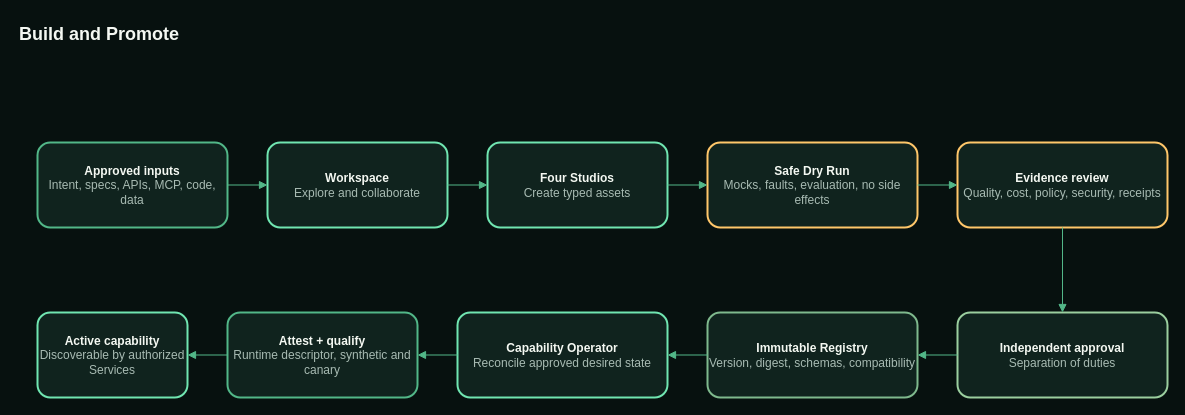
Above: page "Build and Promote" (2 of 4) of diagrams/contextweaver-nextgen-architecture.drawio in brainzbytes/contextweaver-public-site (draw.io), before the change. Source tidied: cells renumbered, new cells numbered last; positions are measured from the earlier drawing's top-left corner, leaving out a move shared by most shapes. Both pictures are drawn from the tidied source at 100%, with x=0, y=0 at pixel (17, 17).
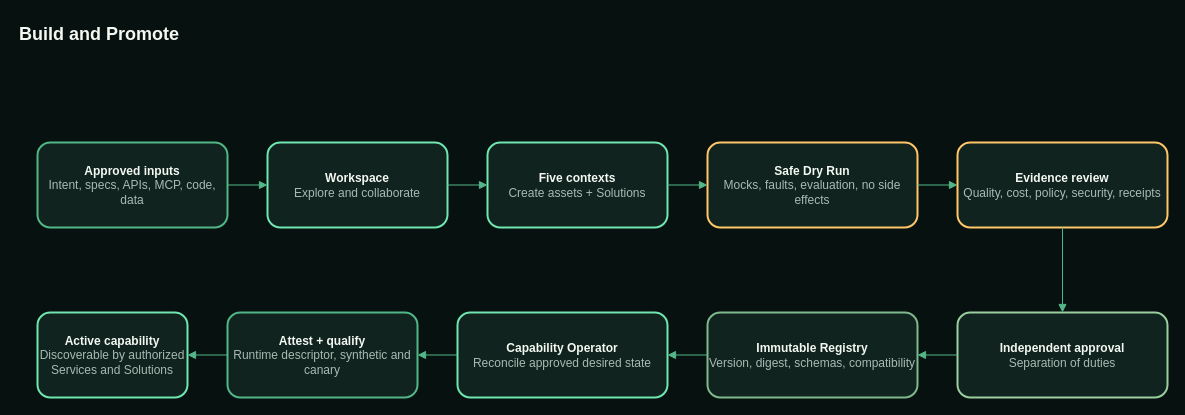
Above is the later version.

What changed in the source:
```diff
@@
-    <mxCell id="5" value="&lt;b&gt;Four Studios&lt;/b&gt;&lt;br&gt;&lt;font color=&quot;#a8bbb3&quot;&gt;Create typed assets&lt;/font&gt;" style="rounded=1;whiteSpace=wrap;html=1;fillColor=#10231e;strokeColor=#70e6b1;fontColor=#f4f8f2;fontSize=12;strokeWidth=2;" parent="1" vertex="1">
+    <mxCell id="5" value="&lt;b&gt;Five contexts&lt;/b&gt;&lt;br&gt;&lt;font color=&quot;#a8bbb3&quot;&gt;Create assets + Solutions&lt;/font&gt;" style="rounded=1;whiteSpace=wrap;html=1;fillColor=#10231e;strokeColor=#70e6b1;fontColor=#f4f8f2;fontSize=12;strokeWidth=2;" parent="1" vertex="1">
       <mxGeometry x="470" y="125" width="180" height="85" as="geometry" />
     </mxCell>
@@
-    <mxCell id="12" value="&lt;b&gt;Active capability&lt;/b&gt;&lt;br&gt;&lt;font color=&quot;#a8bbb3&quot;&gt;Discoverable by authorized Services&lt;/font&gt;" style="rounded=1;whiteSpace=wrap;html=1;fillColor=#10231e;strokeColor=#70e6b1;fontColor=#f4f8f2;fontSize=12;strokeWidth=2;" parent="1" vertex="1">
+    <mxCell id="12" value="&lt;b&gt;Active capability&lt;/b&gt;&lt;br&gt;&lt;font color=&quot;#a8bbb3&quot;&gt;Discoverable by authorized Services and Solutions&lt;/font&gt;" style="rounded=1;whiteSpace=wrap;html=1;fillColor=#10231e;strokeColor=#70e6b1;fontColor=#f4f8f2;fontSize=12;strokeWidth=2;" parent="1" vertex="1">
       <mxGeometry x="20" y="295" width="150" height="85" as="geometry" />
     </mxCell>
```
